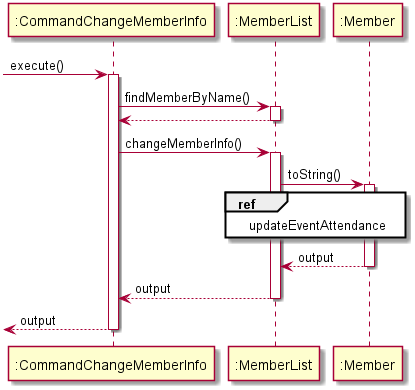
The PlantUML diagram docs/hrDiagramPic/CommandChangeMemberInfo.png in nus-cs2113-AY2021S1/tp, before a commit.
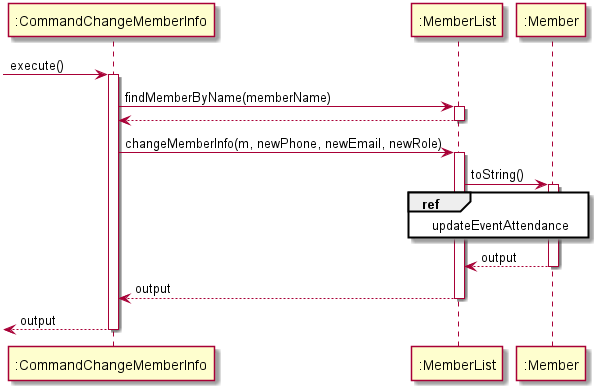
The same diagram one commit later.

Change to the diagram source:
```diff
@@ -3,11 +3,11 @@
  -> ":CommandChangeMemberInfo": execute()
 activate ":CommandChangeMemberInfo"
 
-":CommandChangeMemberInfo" -> ":MemberList" : findMemberByName()
+":CommandChangeMemberInfo" -> ":MemberList" : findMemberByName(memberName)
 activate ":MemberList"
 ":MemberList" --> ":CommandChangeMemberInfo"
 deactivate ":MemberList"
-":CommandChangeMemberInfo" -> ":MemberList" : changeMemberInfo()
+":CommandChangeMemberInfo" -> ":MemberList" : changeMemberInfo(m, newPhone, newEmail, newRole)
 activate ":MemberList"
 ":MemberList" -> ":Member" : toString()
 activate ":Member"
```
